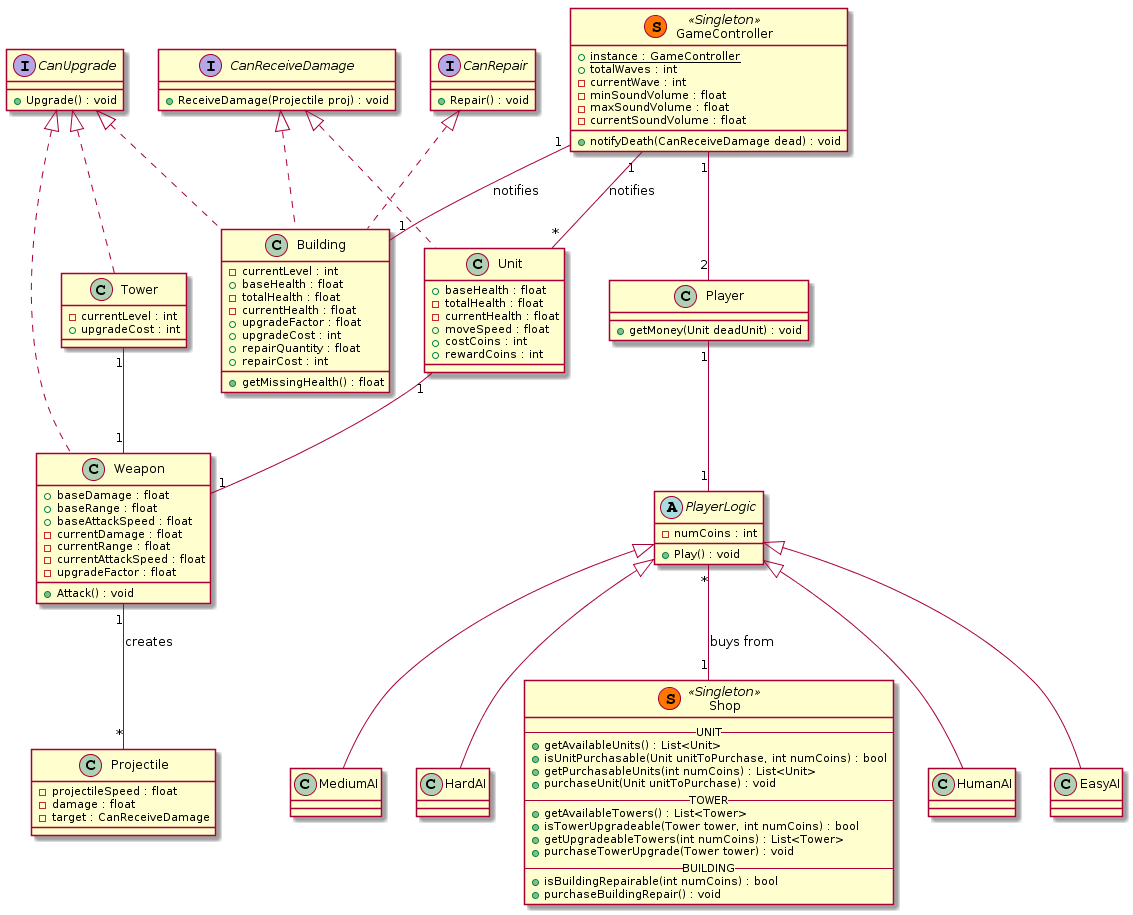
Earlier version of the PlantUML export uml_diagrams/classDiagram.png (NestorTejero/ES2016B). Its diagram source:
```plantuml
@startuml
interface CanUpgrade {
    +Upgrade() : void
}
interface CanReceiveDamage {
    +ReceiveDamage(Projectile proj) : void
}
interface CanRepair {
    +Repair() : void
}

class GameController << (S,#FF7700) Singleton >>{
    +{static} instance : GameController
    +totalWaves : int
    -currentWave : int
    -minSoundVolume : float
    -maxSoundVolume : float
    -currentSoundVolume : float
    +notifyDeath(CanReceiveDamage dead) : void
}

class Player {
    +getMoney(Unit deadUnit) : void
}

GameController "1" -- "2" Player

abstract class PlayerLogic {
    -numCoins : int
    +Play() : void
}

class HumanAI extends PlayerLogic {
}
class EasyAI extends PlayerLogic {
}
class MediumAI extends PlayerLogic {
}
class HardAI extends PlayerLogic {
}

Player "1" -- "1" PlayerLogic

class Shop << (S,#FF7700) Singleton >> {
    --UNIT--
    +getAvailableUnits() : List<Unit>
    +isUnitPurchasable(Unit unitToPurchase, int numCoins) : bool
    +getPurchasableUnits(int numCoins) : List<Unit>
    +purchaseUnit(Unit unitToPurchase) : void
    --TOWER--
    +getAvailableTowers() : List<Tower>
    +isTowerUpgradeable(Tower tower, int numCoins) : bool
    +getUpgradeableTowers(int numCoins) : List<Tower>
    +purchaseTowerUpgrade(Tower tower) : void
    --BUILDING--
    +isBuildingRepairable(int numCoins) : bool
    +purchaseBuildingRepair() : void
}

PlayerLogic "*"--"1" Shop : buys from

class Unit implements CanReceiveDamage{
    +baseHealth : float
    -totalHealth : float
    -currentHealth : float
    +moveSpeed : float
    +costCoins : int
    +rewardCoins : int
}

GameController "1" -- "*" Unit : notifies

class Weapon implements CanUpgrade{
    +baseDamage : float
    +baseRange : float
    +baseAttackSpeed : float
    -currentDamage : float
    -currentRange : float
    -currentAttackSpeed : float
    -upgradeFactor : float
    +Attack() : void
}

class Projectile {
    -projectileSpeed : float
    -damage : float
    -target : CanReceiveDamage
}

Weapon "1" -- "*" Projectile : creates

Unit "1" -- "1" Weapon
Tower "1" -- "1" Weapon

class Building implements CanUpgrade, CanReceiveDamage, CanRepair {
    -currentLevel : int
    +baseHealth : float
    -totalHealth : float
    -currentHealth : float
    +upgradeFactor : float
    +upgradeCost : int
    +repairQuantity : float
    +repairCost : int
    +getMissingHealth() : float
}

GameController "1" -- "1" Building : notifies

class Tower implements CanUpgrade {
    -currentLevel : int
    +upgradeCost : int
}
@enduml
```
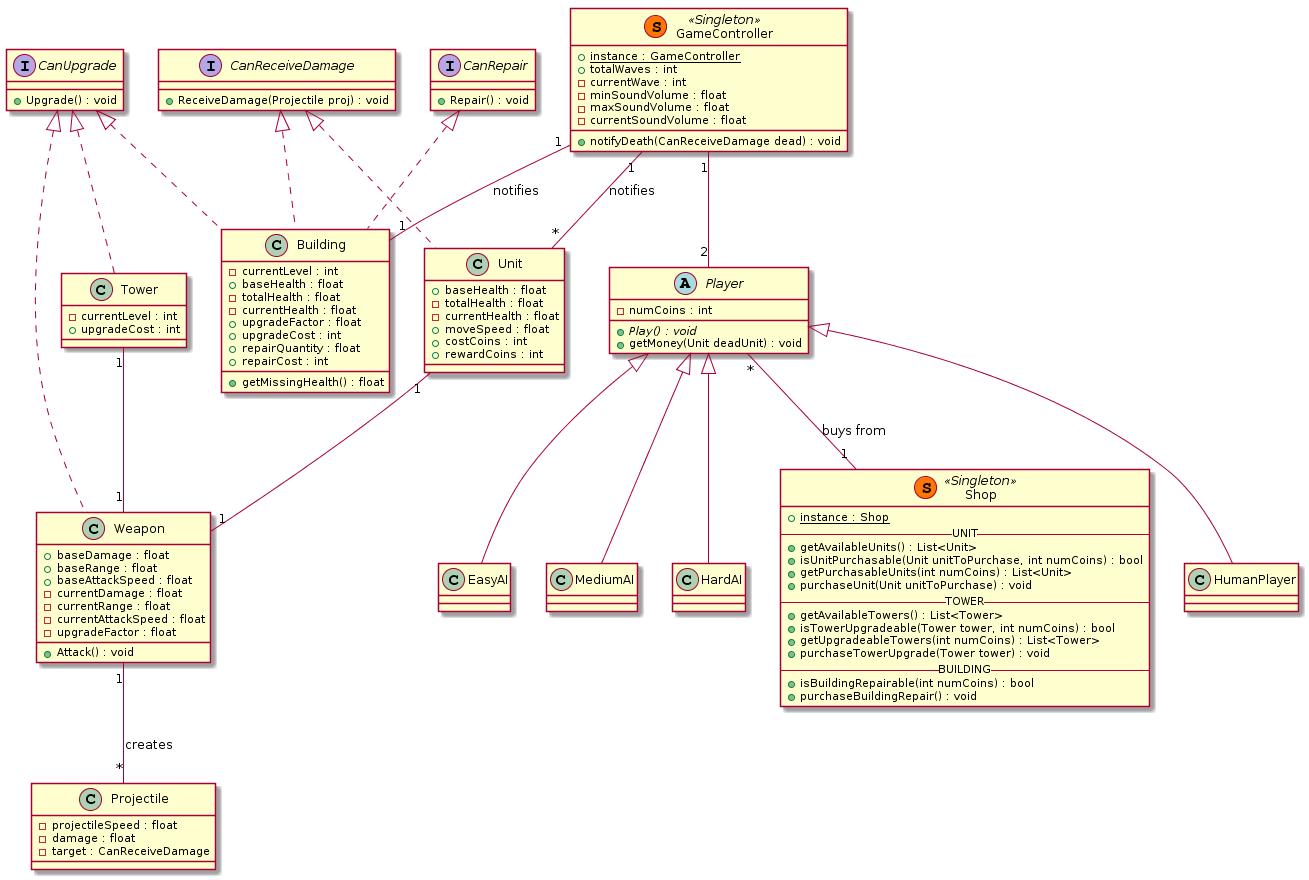
The same file after the commit.

Commit message:
Simplified playerLogic - now doesn't exist

Diff of the diagram source:
```diff
@@ -19,29 +19,25 @@
     +notifyDeath(CanReceiveDamage dead) : void
 }
 
-class Player {
+GameController "1" -- "2" Player
+
+abstract class Player {
+    -numCoins : int
+    +{abstract}Play() : void
     +getMoney(Unit deadUnit) : void
 }
 
-GameController "1" -- "2" Player
-
-abstract class PlayerLogic {
-    -numCoins : int
-    +Play() : void
+class HumanPlayer extends Player {
+}
+class EasyAI extends Player {
+}
+class MediumAI extends Player {
+}
+class HardAI extends Player {
 }
 
-class HumanAI extends PlayerLogic {
-}
-class EasyAI extends PlayerLogic {
-}
-class MediumAI extends PlayerLogic {
-}
-class HardAI extends PlayerLogic {
-}
-
-Player "1" -- "1" PlayerLogic
-
 class Shop << (S,#FF7700) Singleton >> {
+    +{static} instance : Shop
     --UNIT--
     +getAvailableUnits() : List<Unit>
     +isUnitPurchasable(Unit unitToPurchase, int numCoins) : bool
@@ -57,7 +53,7 @@
     +purchaseBuildingRepair() : void
 }
 
-PlayerLogic "*"--"1" Shop : buys from
+Player "*"--"1" Shop : buys from
 
 class Unit implements CanReceiveDamage{
     +baseHealth : float
```
